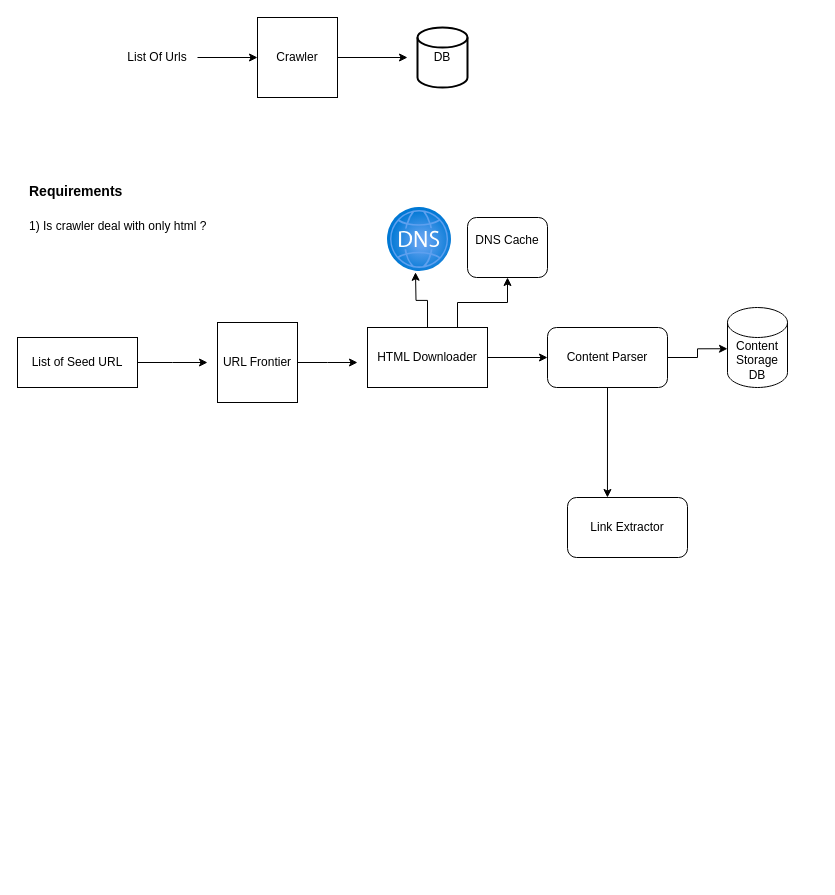
This is Design a Web Crawler .drawio from bappimazumder/system-design, a draw.io file, before an edit. Source tidied: cells renumbered, new cells numbered last; positions are measured from the earlier drawing's top-left corner, leaving out a move shared by most shapes. Both pictures are drawn from the tidied source at 100%, with x=0, y=0 at pixel (17, 17).
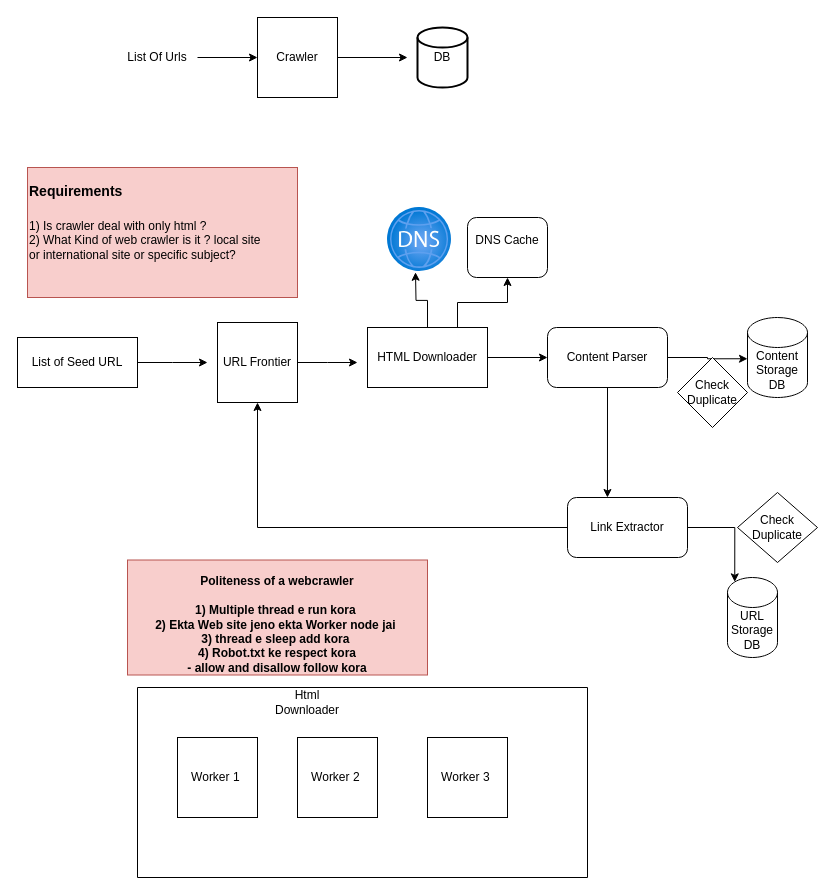
Above is the later version.

The change refers to these unchanged cells:
```xml
<mxCell id="10" value="URL Frontier" style="whiteSpace=wrap;html=1;" parent="1" vertex="1">
  <mxGeometry x="200" y="305" width="80" height="80" as="geometry" />
</mxCell>
<mxCell id="21" value="Link Extractor" style="rounded=1;whiteSpace=wrap;html=1;" parent="1" vertex="1">
  <mxGeometry x="550" y="480" width="120" height="60" as="geometry" />
</mxCell>
```

Diff of the diagram source:
```diff
@@
-    <mxCell id="11" value="&lt;h1 style=&quot;margin-top: 0px;&quot;&gt;&lt;font style=&quot;font-size: 14px;&quot;&gt;Requirements&lt;/font&gt;&lt;/h1&gt;&lt;p&gt;1) Is crawler deal with only html ?&lt;/p&gt;" style="text;html=1;whiteSpace=wrap;overflow=hidden;rounded=0;" parent="1" vertex="1">
-      <mxGeometry x="10" y="150" width="260" height="120" as="geometry" />
+    <mxCell id="11" value="&lt;h1 style=&quot;margin-top: 0px;&quot;&gt;&lt;font style=&quot;font-size: 14px;&quot;&gt;Requirements&lt;/font&gt;&lt;/h1&gt;&lt;p&gt;1) Is crawler deal with only html ?&lt;br&gt;2) What Kind of web crawler is it ? local site&amp;nbsp;&lt;br&gt;or international site or specific subject?&lt;/p&gt;" style="text;html=1;whiteSpace=wrap;overflow=hidden;rounded=0;fillColor=#f8cecc;strokeColor=#b85450;" parent="1" vertex="1">
+      <mxGeometry x="10" y="150" width="270" height="130" as="geometry" />
     </mxCell>
@@
     <mxCell id="19" value="Content Storage DB" style="shape=cylinder3;whiteSpace=wrap;html=1;boundedLbl=1;backgroundOutline=1;size=15;" parent="1" vertex="1">
-      <mxGeometry x="710" y="290" width="60" height="80" as="geometry" />
+      <mxGeometry x="730" y="300" width="60" height="80" as="geometry" />
     </mxCell>
@@
+    <mxCell id="23" style="edgeStyle=orthogonalEdgeStyle;rounded=0;jettySize=auto;html=1;exitX=0;exitY=0.5;exitDx=0;exitDy=0;" parent="1" edge="1" source="21" target="10">
+      <mxGeometry relative="1" as="geometry" />
+    </mxCell>
@@
+    <mxCell id="24" value="URL Storage DB" style="shape=cylinder3;whiteSpace=wrap;html=1;boundedLbl=1;backgroundOutline=1;size=15;" parent="1" vertex="1">
+      <mxGeometry x="710" y="560" width="50" height="80" as="geometry" />
+    </mxCell>
+    <mxCell id="25" style="edgeStyle=orthogonalEdgeStyle;rounded=0;jettySize=auto;html=1;exitX=1;exitY=0.5;exitDx=0;exitDy=0;entryX=0.145;entryY=0;entryDx=0;entryDy=4.35;entryPerimeter=0;" parent="1" edge="1" source="21" target="24">
+      <mxGeometry relative="1" as="geometry" />
+    </mxCell>
+    <mxCell id="26" value="Check Duplicate" style="rhombus;whiteSpace=wrap;html=1;" parent="1" vertex="1">
+      <mxGeometry x="660" y="340" width="70" height="70" as="geometry" />
+    </mxCell>
+    <mxCell id="27" value="Check Duplicate" style="rhombus;whiteSpace=wrap;html=1;" parent="1" vertex="1">
+      <mxGeometry x="720" y="475" width="80" height="70" as="geometry" />
+    </mxCell>
+    <mxCell id="28" value="Worker 1&amp;nbsp;" style="whiteSpace=wrap;html=1;" parent="1" vertex="1">
+      <mxGeometry x="160" y="720" width="80" height="80" as="geometry" />
+    </mxCell>
+    <mxCell id="29" value="Worker 2&amp;nbsp;" style="whiteSpace=wrap;html=1;" parent="1" vertex="1">
+      <mxGeometry x="280" y="720" width="80" height="80" as="geometry" />
+    </mxCell>
+    <mxCell id="30" value="Worker 3&amp;nbsp;" style="whiteSpace=wrap;html=1;" parent="1" vertex="1">
+      <mxGeometry x="410" y="720" width="80" height="80" as="geometry" />
+    </mxCell>
+    <mxCell id="31" style="swimlane;startSize=0;" parent="1" vertex="1">
+      <mxGeometry x="120" y="670" width="450" height="190" as="geometry" />
+    </mxCell>
+    <mxCell id="32" value="Html Downloader" style="text;html=1;whiteSpace=wrap;strokeColor=none;fillColor=none;align=center;verticalAlign=middle;rounded=0;" parent="1" vertex="1">
+      <mxGeometry x="260" y="670" width="60" height="30" as="geometry" />
+    </mxCell>
+    <mxCell id="33" value="&lt;b&gt;&lt;br&gt;&lt;br&gt;Politeness of a webcrawler&lt;/b&gt;&lt;div&gt;&lt;b&gt;&lt;br&gt;1) Multiple thread e run kora&amp;nbsp;&lt;/b&gt;&lt;div&gt;&lt;b&gt;2) Ekta Web site jeno ekta Worker node jai&amp;nbsp;&lt;br&gt;3) thread e sleep add kora&amp;nbsp;&lt;/b&gt;&lt;/div&gt;&lt;div&gt;&lt;b&gt;4) Robot.txt ke respect kora&lt;br&gt;- allow and disallow follow kora&lt;/b&gt;&lt;/div&gt;&lt;div&gt;&lt;br&gt;&lt;/div&gt;&lt;/div&gt;" style="text;html=1;whiteSpace=wrap;strokeColor=#b85450;fillColor=#f8cecc;align=center;verticalAlign=middle;rounded=0;" parent="1" vertex="1">
+      <mxGeometry x="110" y="542.5" width="300" height="115" as="geometry" />
+    </mxCell>
```
